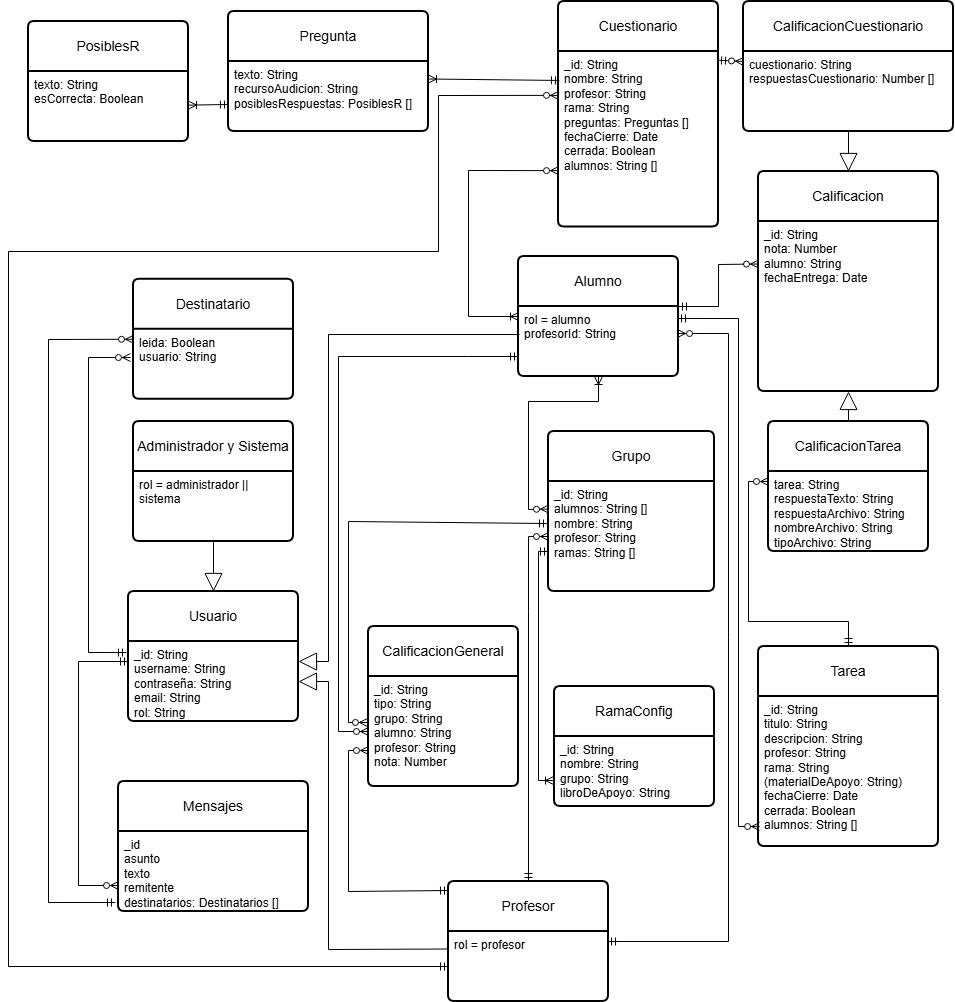
The draw.io diagram Figuras/modelo_Conceptual.png in selugc4/SolfEdge, before a commit. Source tidied: cells renumbered, new cells last; positions are measured from the earlier drawing's top-left corner, leaving out a move shared by most shapes.
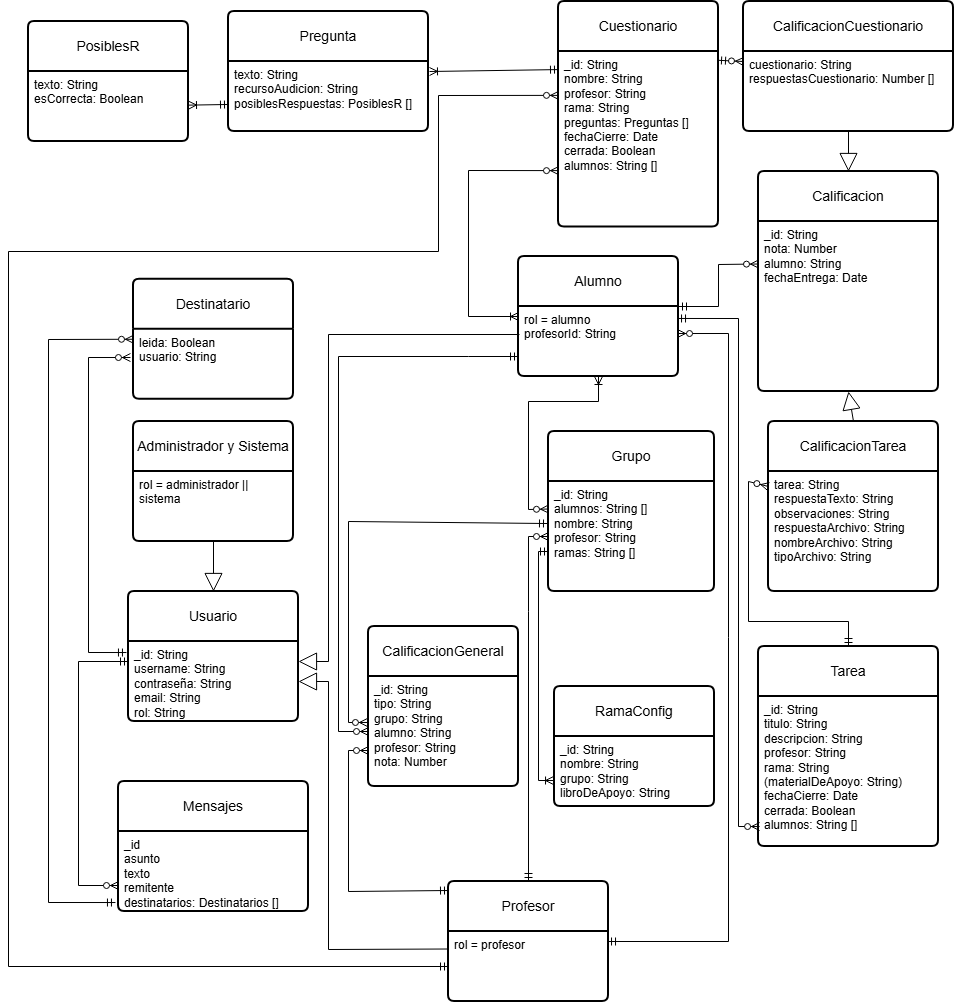
Above is the later version.

What changed in the source:
```diff
@@ -21,10 +21,10 @@
       <mxGeometry y="50" width="210" height="80" as="geometry" />
     </mxCell>
     <mxCell id="8" value="CalificacionTarea" style="swimlane;horizontal=1;startSize=50;rounded=1;fontSize=14;fontStyle=0;strokeWidth=2;shadow=0;dashed=0;align=center;arcSize=4;whiteSpace=wrap;html=1;" parent="1" vertex="1">
-      <mxGeometry x="760" y="420" width="160" height="130" as="geometry" />
+      <mxGeometry x="760" y="420" width="170" height="170" as="geometry" />
     </mxCell>
-    <mxCell id="9" value="&lt;div&gt;tarea: String&lt;/div&gt;respuestaTexto: String&lt;br&gt;respuestaArchivo: String&lt;br&gt;nombreArchivo: String&lt;div&gt;tipoArchivo: String&lt;/div&gt;" style="align=left;strokeColor=none;fillColor=none;spacingLeft=4;spacingRight=4;fontSize=12;verticalAlign=top;html=1;whiteSpace=wrap;" parent="8" vertex="1">
-      <mxGeometry y="50" width="160" height="80" as="geometry" />
+    <mxCell id="9" value="&lt;div&gt;tarea: String&lt;/div&gt;respuestaTexto: String&lt;div&gt;observaciones: String&lt;/div&gt;&lt;div&gt;respuestaArchivo: String&lt;br&gt;nombreArchivo: String&lt;div&gt;tipoArchivo: String&lt;/div&gt;&lt;/div&gt;" style="align=left;strokeColor=none;fillColor=none;spacingLeft=4;spacingRight=4;fontSize=12;verticalAlign=top;html=1;whiteSpace=wrap;" parent="8" vertex="1">
+      <mxGeometry y="50" width="170" height="120" as="geometry" />
     </mxCell>
     <mxCell id="10" style="endArrow=block;endSize=16;endFill=0;html=1;rounded=0;entryX=0.5;entryY=0;entryDx=0;entryDy=0;exitX=0.5;exitY=1;exitDx=0;exitDy=0;" parent="1" edge="1" source="7" target="2">
       <mxGeometry relative="1" as="geometry" />
@@ -223,7 +223,7 @@
     <mxCell id="49" value="texto: String&lt;div&gt;esCorrecta: Boolean&lt;/div&gt;" style="align=left;strokeColor=none;fillColor=none;spacingLeft=4;spacingRight=4;fontSize=12;verticalAlign=top;html=1;whiteSpace=wrap;" parent="48" vertex="1">
       <mxGeometry y="50" width="160" height="70" as="geometry" />
     </mxCell>
-    <mxCell id="50" style="fontSize=12;html=1;endArrow=ERoneToMany;startArrow=ERmandOne;rounded=0;entryX=1;entryY=0.25;entryDx=0;entryDy=0;exitX=0.006;exitY=0.165;exitDx=0;exitDy=0;exitPerimeter=0;" parent="1" edge="1" source="13" target="47">
+    <mxCell id="50" style="fontSize=12;html=1;endArrow=ERoneToMany;startArrow=ERmandOne;rounded=0;entryX=1.005;entryY=0.143;entryDx=0;entryDy=0;exitX=0;exitY=0.103;exitDx=0;exitDy=0;exitPerimeter=0;entryPerimeter=0;" parent="1" edge="1" source="13" target="47">
       <mxGeometry relative="1" as="geometry" />
     </mxCell>
     <mxCell id="51" style="fontSize=12;html=1;endArrow=ERoneToMany;startArrow=ERmandOne;rounded=0;exitX=0;exitY=0.614;exitDx=0;exitDy=0;exitPerimeter=0;" parent="1" edge="1" source="47" target="49">
```
